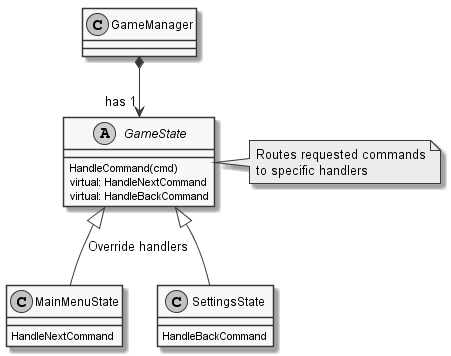
The PlantUML diagram inline_umlgraph_3.png in TheRoot89/BomberUnitsDocu, before a commit. The source it was exported from:
```plantuml
@startuml
   skinparam monochrome true
   skinparam componentStyle uml2

   abstract class GameState{
      {method} HandleCommand(cmd)
      {method} virtual: HandleNextCommand
      {method} virtual: HandleBackCommand
   }
   note right: Routes requested commands\nto specific handlers

   class MainMenuState{
      {method} HandleNextCommand
   }

   class SettingsState{
      {method} HandleBackCommand
   }

   GameManager *--> "has 1" GameState
   GameState <|-- MainMenuState : Override handlers
   GameState <|-- SettingsState
@enduml
```
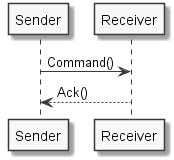
Later version of the same file.

Change to the diagram source:
```diff
@@ -2,22 +2,6 @@
    skinparam monochrome true
    skinparam componentStyle uml2
 
-   abstract class GameState{
-      {method} HandleCommand(cmd)
-      {method} virtual: HandleNextCommand
-      {method} virtual: HandleBackCommand
-   }
-   note right: Routes requested commands\nto specific handlers
-
-   class MainMenuState{
-      {method} HandleNextCommand
-   }
-
-   class SettingsState{
-      {method} HandleBackCommand
-   }
-
-   GameManager *--> "has 1" GameState
-   GameState <|-- MainMenuState : Override handlers
-   GameState <|-- SettingsState
+   Sender->Receiver  : Command()
+   Sender<--Receiver : Ack()
 @enduml
```
